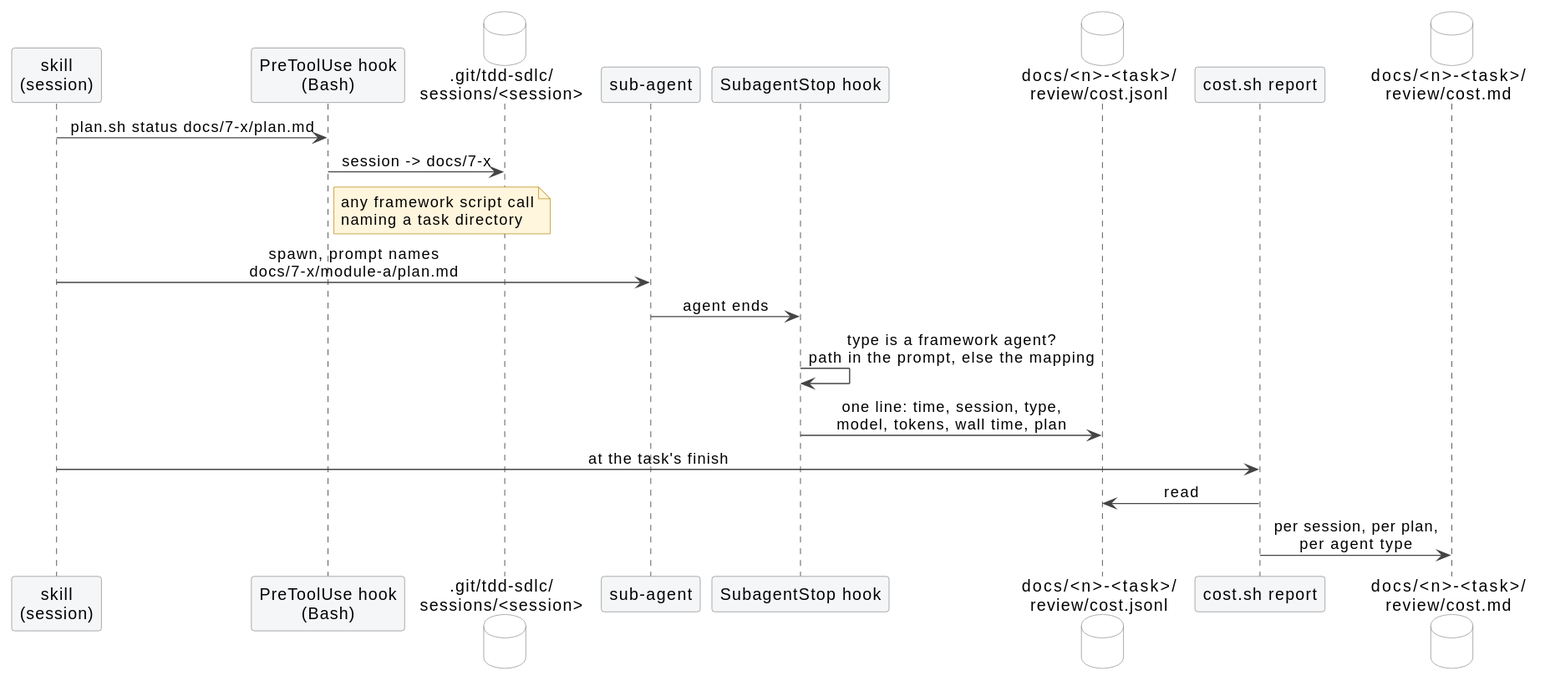
Above: docs/diagrams/cost-flow.svg in ds-usova/tdd-sdlc (PlantUML), before the change. Source of this version:
```plantuml
@startuml
skinparam defaultFontName Helvetica
skinparam shadowing false
skinparam ArrowColor #444
skinparam sequenceMessageAlign center
skinparam participant {
  BackgroundColor #F4F6F8
  BorderColor #888
}
skinparam database {
  BackgroundColor #FFFFFF
  BorderColor #888
}
skinparam note {
  BackgroundColor #FFF6DD
  BorderColor #B8860B
}

participant "skill\n(session)" as S
participant "PreToolUse hook\n(Bash)" as PRE
database ".git/tdd-sdlc/\nsessions/<session>" as MAP
participant "sub-agent" as A
participant "SubagentStop hook" as STOP
database "docs/<n>-<task>/\nreview/cost.jsonl" as JSONL
participant "cost.sh report" as REP
database "docs/<n>-<task>/\nreview/cost.md" as MD

S -> PRE : plan.sh status docs/7-x/plan.md
PRE -> MAP : session -> docs/7-x
note right of PRE
  any framework script call
  naming a task directory
end note
S -> A : spawn, prompt names\ndocs/7-x/module-a/plan.md
A -> STOP : agent ends
STOP -> STOP : type is a framework agent?\npath in the prompt, else the mapping
STOP -> JSONL : one line: time, session, type,\nmodel, tokens, wall time, plan
S -> REP : at the task's finish
REP -> JSONL : read
REP -> MD : per session, per plan,\nper agent type
@enduml
```
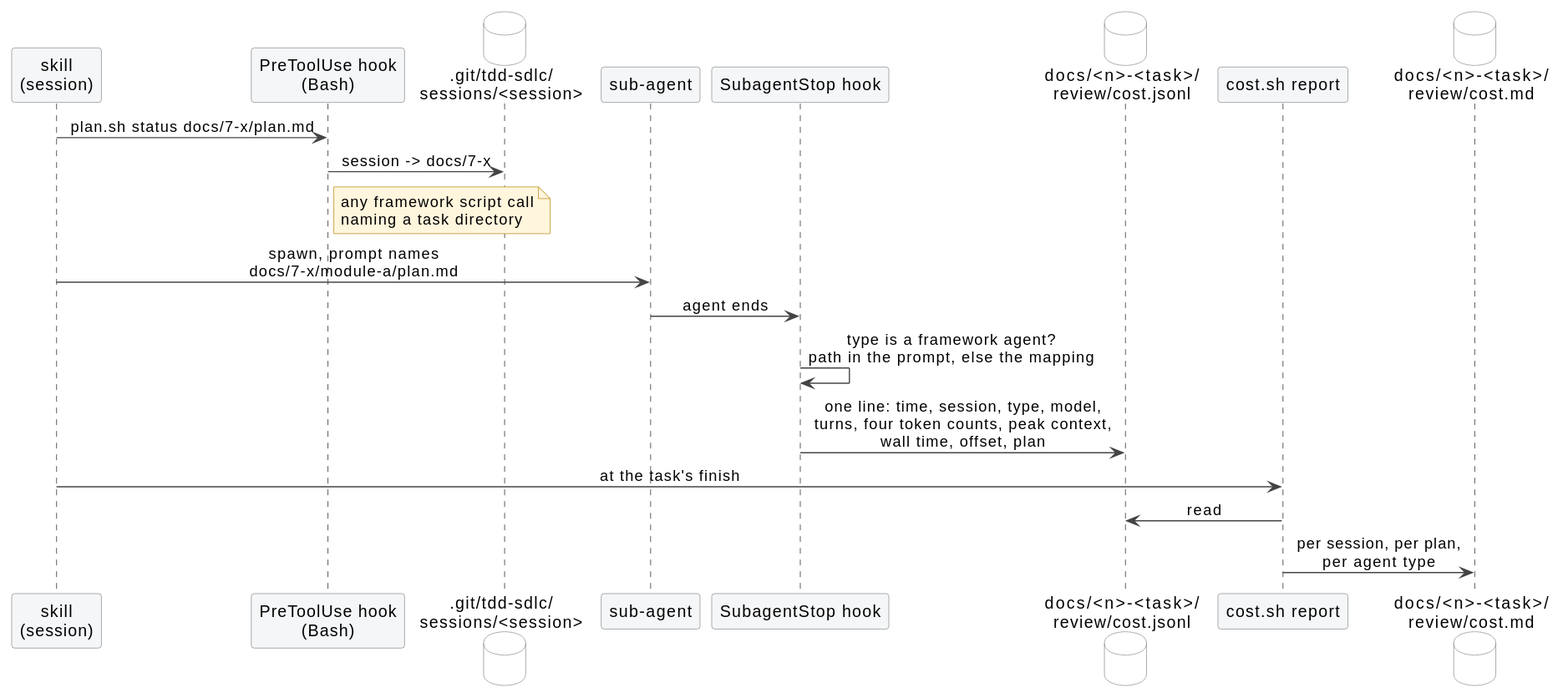
After the commit.

Commit message:
Count each message once when recording an agent's cost

The edit, as a diff of the source:
```diff
@@ -34,7 +34,7 @@
 S -> A : spawn, prompt names\ndocs/7-x/module-a/plan.md
 A -> STOP : agent ends
 STOP -> STOP : type is a framework agent?\npath in the prompt, else the mapping
-STOP -> JSONL : one line: time, session, type,\nmodel, tokens, wall time, plan
+STOP -> JSONL : one line: time, session, type, model,\nturns, four token counts, peak context,\nwall time, offset, plan
 S -> REP : at the task's finish
 REP -> JSONL : read
 REP -> MD : per session, per plan,\nper agent type
```
